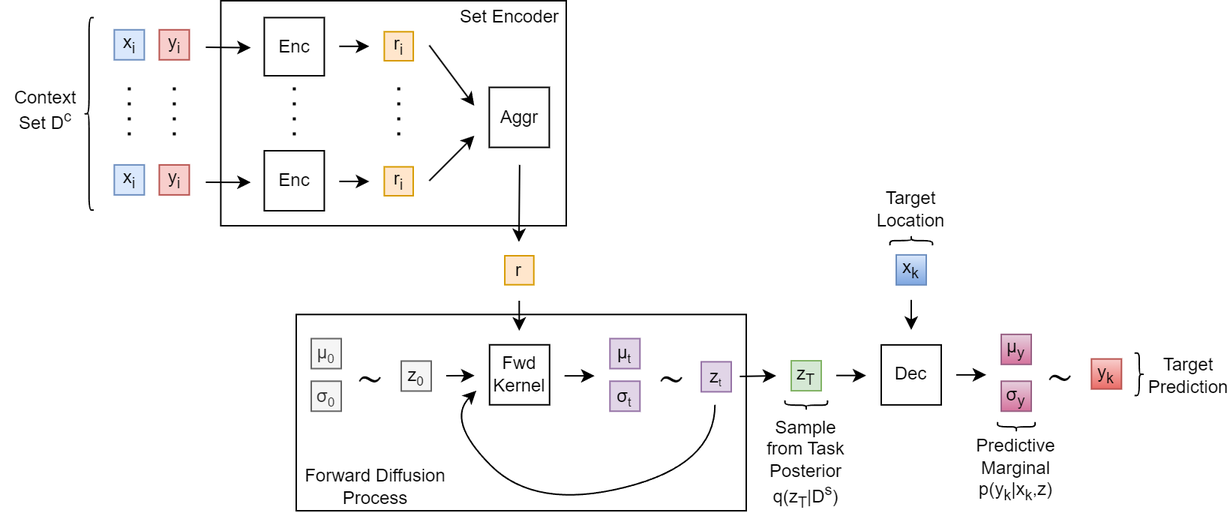
The draw.io diagram assets/diagrams/exports/dvi-np.png in ChickNCurry/dvi-for-bml, before a commit. Source tidied: cells renumbered, new cells last; positions are measured from the earlier drawing's top-left corner, leaving out a move shared by most shapes.
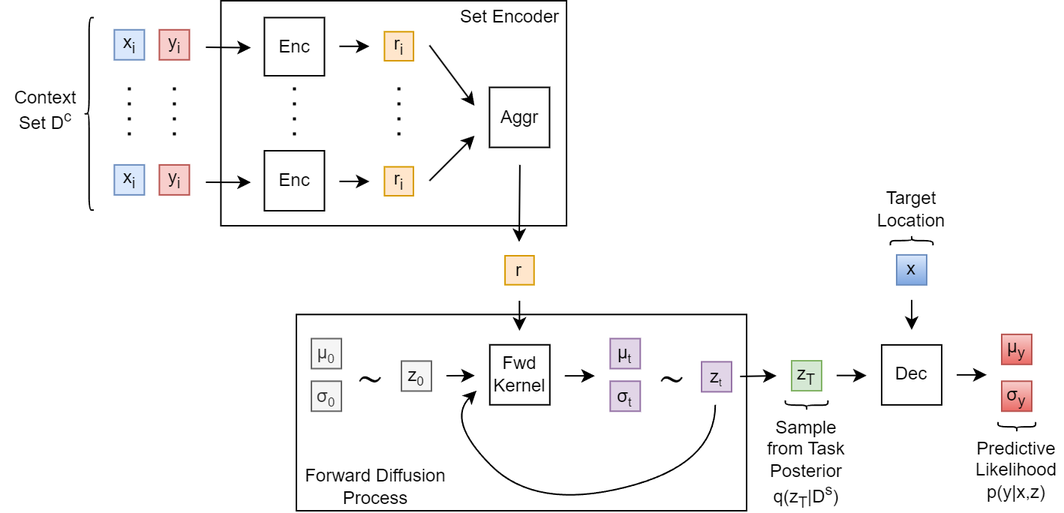
Later version of the same file.

What changed in the source:
```diff
@@ -172,16 +172,16 @@
         <mxPoint x="607" y="219.4" as="targetPoint" />
       </mxGeometry>
     </mxCell>
-    <mxCell id="44" value="&lt;font color=&quot;#000000&quot;&gt;x&lt;sub&gt;k&lt;/sub&gt;&lt;/font&gt;" style="whiteSpace=wrap;html=1;fillColor=#dae8fc;strokeColor=#6c8ebf;gradientColor=#7ea6e0;" parent="1" vertex="1">
+    <mxCell id="44" value="&lt;font color=&quot;#000000&quot;&gt;x&lt;/font&gt;" style="whiteSpace=wrap;html=1;fillColor=#dae8fc;strokeColor=#6c8ebf;gradientColor=#7ea6e0;" parent="1" vertex="1">
       <mxGeometry x="597" y="169.4" width="20" height="20" as="geometry" />
     </mxCell>
     <mxCell id="45" value="Dec" style="rounded=0;whiteSpace=wrap;html=1;" parent="1" vertex="1">
       <mxGeometry x="587" y="229.4" width="40" height="40" as="geometry" />
     </mxCell>
-    <mxCell id="46" value="μ&lt;sub&gt;y&lt;/sub&gt;" style="whiteSpace=wrap;html=1;fillColor=#e6d0de;strokeColor=#996185;gradientColor=#d5739d;fontColor=#000000;" parent="1" vertex="1">
+    <mxCell id="46" value="μ&lt;sub&gt;y&lt;/sub&gt;" style="whiteSpace=wrap;html=1;fillColor=#f8cecc;strokeColor=#b85450;gradientColor=#ea6b66;fontColor=#000000;" parent="1" vertex="1">
       <mxGeometry x="667" y="222.4" width="20" height="20" as="geometry" />
     </mxCell>
-    <mxCell id="47" value="σ&lt;sub&gt;y&lt;/sub&gt;" style="whiteSpace=wrap;html=1;fillColor=#e6d0de;strokeColor=#996185;gradientColor=#d5739d;fontColor=#000000;" parent="1" vertex="1">
+    <mxCell id="47" value="σ&lt;sub&gt;y&lt;/sub&gt;" style="whiteSpace=wrap;html=1;fillColor=#f8cecc;strokeColor=#b85450;gradientColor=#ea6b66;fontColor=#000000;" parent="1" vertex="1">
       <mxGeometry x="667" y="253.6" width="20" height="20" as="geometry" />
     </mxCell>
     <mxCell id="48" style="endArrow=classic;html=1;" parent="1" edge="1">
@@ -190,9 +190,6 @@
         <mxPoint x="657" y="249.4" as="targetPoint" />
       </mxGeometry>
     </mxCell>
-    <mxCell id="49" value="&lt;font color=&quot;#000000&quot;&gt;y&lt;sub&gt;k&lt;/sub&gt;&lt;/font&gt;" style="whiteSpace=wrap;html=1;fillColor=#f8cecc;strokeColor=#b85450;gradientColor=#ea6b66;" parent="1" vertex="1">
-      <mxGeometry x="727.1" y="238.8" width="20" height="20" as="geometry" />
-    </mxCell>
     <mxCell id="50" style="shape=curlyBracket;whiteSpace=wrap;html=1;rounded=1;labelPosition=left;verticalLabelPosition=middle;align=right;verticalAlign=middle;fontColor=#000000;rotation=90;" parent="1" vertex="1">
       <mxGeometry x="603.9" y="145.8" width="6.3" height="28.3" as="geometry" />
     </mxCell>
@@ -202,18 +199,9 @@
     <mxCell id="52" style="shape=curlyBracket;whiteSpace=wrap;html=1;rounded=1;labelPosition=left;verticalLabelPosition=middle;align=right;verticalAlign=middle;fontColor=#000000;rotation=-90;" parent="1" vertex="1">
       <mxGeometry x="673.9" y="271.5" width="6.3" height="25" as="geometry" />
     </mxCell>
-    <mxCell id="53" value="&lt;font style=&quot;font-size: 12px;&quot;&gt;Predictive Marginal p(y&lt;sub&gt;k&lt;/sub&gt;|x&lt;sub style=&quot;&quot;&gt;k&lt;/sub&gt;,z)&lt;/font&gt;" style="text;html=1;strokeColor=none;fillColor=none;align=center;verticalAlign=middle;whiteSpace=wrap;rounded=0;fontColor=#000000;fontSize=12;" parent="1" vertex="1">
+    <mxCell id="53" value="&lt;font style=&quot;font-size: 12px;&quot;&gt;Predictive Likelihood p(y|x,z)&lt;/font&gt;" style="text;html=1;strokeColor=none;fillColor=none;align=center;verticalAlign=middle;whiteSpace=wrap;rounded=0;fontColor=#000000;fontSize=12;" parent="1" vertex="1">
       <mxGeometry x="647" y="290.4" width="60" height="45.6" as="geometry" />
     </mxCell>
-    <mxCell id="54" style="shape=curlyBracket;whiteSpace=wrap;html=1;rounded=1;labelPosition=left;verticalLabelPosition=middle;align=right;verticalAlign=middle;fontColor=#000000;rotation=-180;" parent="1" vertex="1">
-      <mxGeometry x="755.9" y="234.9" width="6.3" height="28.3" as="geometry" />
-    </mxCell>
-    <mxCell id="55" value="Target Prediction" style="text;html=1;strokeColor=none;fillColor=none;align=center;verticalAlign=middle;whiteSpace=wrap;rounded=0;fontColor=#000000;" parent="1" vertex="1">
-      <mxGeometry x="767.1" y="240.7" width="50" height="18.3" as="geometry" />
-    </mxCell>
-    <mxCell id="56" value="&lt;font style=&quot;font-size: 25px;&quot;&gt;∼&lt;/font&gt;" style="text;html=1;strokeColor=none;fillColor=none;align=center;verticalAlign=middle;whiteSpace=wrap;rounded=0;fontSize=12;" parent="1" vertex="1">
-      <mxGeometry x="688.6" y="243.4" width="34.6" height="10.2" as="geometry" />
-    </mxCell>
     <mxCell id="57" value="&lt;font style=&quot;font-size: 25px;&quot;&gt;∼&lt;/font&gt;" style="text;html=1;strokeColor=none;fillColor=none;align=center;verticalAlign=middle;whiteSpace=wrap;rounded=0;fontSize=12;" parent="1" vertex="1">
       <mxGeometry x="229" y="245.2" width="34.6" height="10.2" as="geometry" />
     </mxCell>
```
